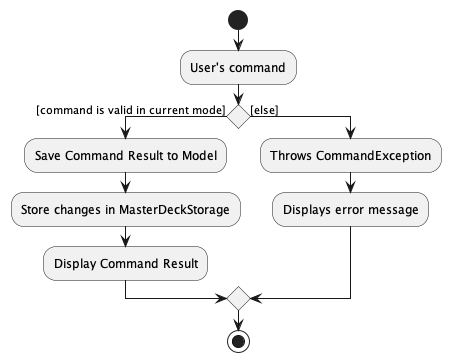
nus-cs2103-AY2223S2/tp keeps this PlantUML diagram as docs/images/CommandValidityActivityDiagram.png. Above is the earlier version. Source of this version:
```plantuml
@startuml

start
:User's command;

if () then ([command is valid in current mode])
    :Save Command Result to Model;
    :Store changes in MasterDeckStorage;
    :Display Command Result;
else ([else])
    :Throws CommandException;
    :Displays error message;

endif

stop
@enduml
```
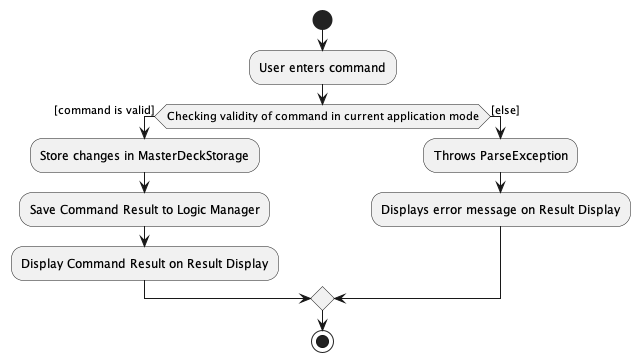
After the commit.

Commit message:
Add implementaiton section describing how the application handles validity of command

Change to the diagram source:
```diff
@@ -1,15 +1,15 @@
 @startuml
 
 start
-:User's command;
+:User enters command;
 
-if () then ([command is valid in current mode])
-    :Save Command Result to Model;
+if (Checking validity of command in current application mode) then ([command is valid])
     :Store changes in MasterDeckStorage;
-    :Display Command Result;
+    :Save Command Result to Logic Manager;
+    :Display Command Result on Result Display;
 else ([else])
-    :Throws CommandException;
-    :Displays error message;
+    :Throws ParseException;
+    :Displays error message on Result Display;
 
 endif
 
```
